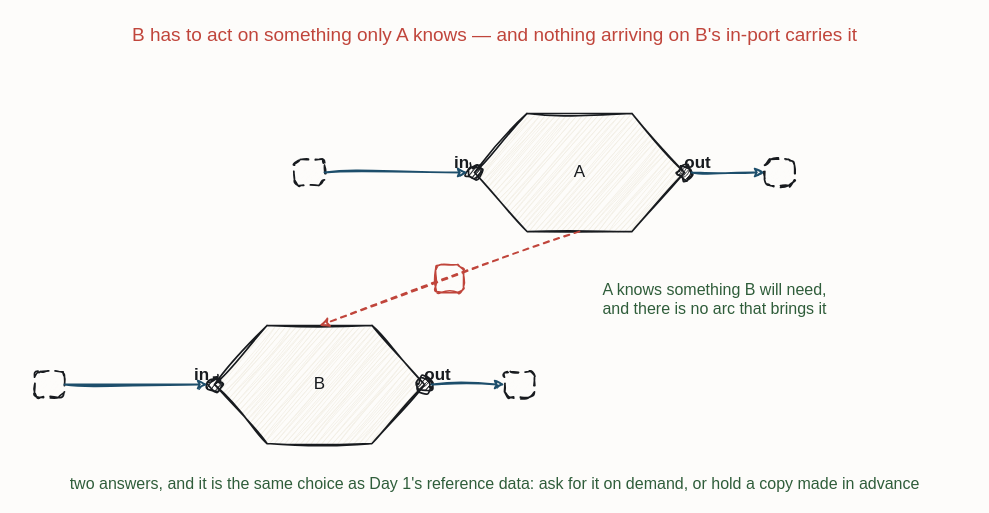
iancooper/practical-messaging keeps this draw.io diagram as resources/flow-lookup-question.drawio. Above is the earlier version. Source tidied: cells renumbered, new cells numbered last; positions are measured from the earlier drawing's top-left corner, leaving out a move shared by most shapes. Both pictures are drawn from the tidied source at 100%, with x=0, y=0 at pixel (34, 17).
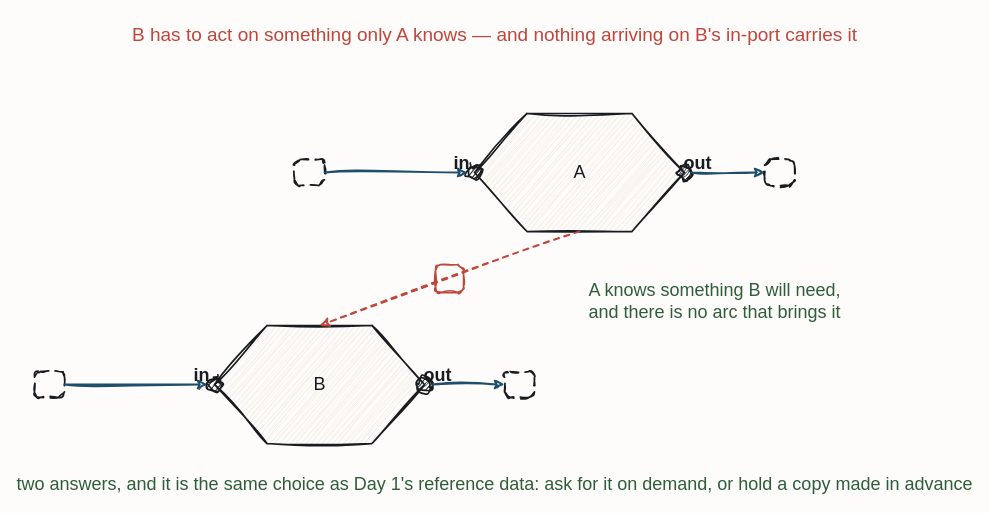
The same page after the edit.

The change refers to these unchanged cells:
```xml
<mxCell id="4" style="sketch=1;hachureGap=4;jiggle=2;curveFitting=1;fontFamily=Caveat;html=1;ellipse;verticalLabelPosition=bottom;verticalAlign=top;strokeColor=#181B1F;strokeWidth=1.7;fillColor=#181B1F;fontColor=#181B1F;fontSize=14;" parent="1" vertex="1">
  <mxGeometry x="433" y="148" width="14" height="14" as="geometry" />
</mxCell>
<mxCell id="6" style="sketch=1;hachureGap=4;jiggle=2;curveFitting=1;fontFamily=Caveat;html=1;ellipse;verticalLabelPosition=bottom;verticalAlign=top;strokeColor=#181B1F;strokeWidth=1.7;fillColor=#181B1F;fontColor=#181B1F;fontSize=14;" parent="1" vertex="1">
  <mxGeometry x="643" y="148" width="14" height="14" as="geometry" />
</mxCell>
<mxCell id="9" style="sketch=1;hachureGap=4;jiggle=2;curveFitting=1;fontFamily=Caveat;html=1;ellipse;verticalLabelPosition=bottom;verticalAlign=top;strokeColor=#181B1F;strokeWidth=1.7;fillColor=#181B1F;fontColor=#181B1F;fontSize=14;" parent="1" vertex="1">
  <mxGeometry x="173" y="360" width="14" height="14" as="geometry" />
</mxCell>
<mxCell id="11" style="sketch=1;hachureGap=4;jiggle=2;curveFitting=1;fontFamily=Caveat;html=1;ellipse;verticalLabelPosition=bottom;verticalAlign=top;strokeColor=#181B1F;strokeWidth=1.7;fillColor=#181B1F;fontColor=#181B1F;fontSize=14;" parent="1" vertex="1">
  <mxGeometry x="383" y="360" width="14" height="14" as="geometry" />
</mxCell>
<mxCell id="13" style="sketch=1;hachureGap=4;jiggle=2;curveFitting=1;fontFamily=Caveat;html=1;rounded=1;arcSize=22;dashed=1;dashPattern=5 4;strokeColor=#181B1F;strokeWidth=1.7;fillColor=#FDFCFA;fontColor=#181B1F;fontSize=13;" parent="1" vertex="1">
  <mxGeometry x="260" y="142" width="30" height="26" as="geometry" />
</mxCell>
<mxCell id="14" style="sketch=1;hachureGap=4;jiggle=2;curveFitting=1;fontFamily=Caveat;html=1;rounded=1;arcSize=22;dashed=1;dashPattern=5 4;strokeColor=#181B1F;strokeWidth=1.7;fillColor=#FDFCFA;fontColor=#181B1F;fontSize=13;" parent="1" vertex="1">
  <mxGeometry x="730" y="142" width="30" height="26" as="geometry" />
</mxCell>
<mxCell id="15" style="sketch=1;hachureGap=4;jiggle=2;curveFitting=1;fontFamily=Caveat;html=1;rounded=1;arcSize=22;dashed=1;dashPattern=5 4;strokeColor=#181B1F;strokeWidth=1.7;fillColor=#FDFCFA;fontColor=#181B1F;fontSize=13;" parent="1" vertex="1">
  <mxGeometry y="354" width="30" height="26" as="geometry" />
</mxCell>
<mxCell id="16" style="sketch=1;hachureGap=4;jiggle=2;curveFitting=1;fontFamily=Caveat;html=1;rounded=1;arcSize=22;dashed=1;dashPattern=5 4;strokeColor=#181B1F;strokeWidth=1.7;fillColor=#FDFCFA;fontColor=#181B1F;fontSize=13;" parent="1" vertex="1">
  <mxGeometry x="470" y="354" width="30" height="26" as="geometry" />
</mxCell>
```

The edit, as a diff of the source:
```diff
@@
-    <mxCell id="3" value="A" style="sketch=1;hachureGap=4;jiggle=2;curveFitting=1;fontFamily=Caveat;html=1;shape=hexagon;perimeter=hexagonPerimeter2;strokeColor=#181B1F;strokeWidth=1.7;fillColor=#F3EFE6;fontColor=#181B1F;fontSize=17;" parent="1" vertex="1">
+    <mxCell id="3" value="A" style="sketch=1;hachureGap=4;jiggle=2;curveFitting=1;fontFamily=Caveat;html=1;shape=hexagon;perimeter=hexagonPerimeter2;strokeColor=#181B1F;strokeWidth=1.7;fillColor=#F3EFE6;fontColor=#181B1F;fontSize=18;" parent="1" vertex="1">
       <mxGeometry x="440" y="96" width="210" height="118" as="geometry" />
     </mxCell>
@@
-    <mxCell id="5" value="in" style="text;html=1;align=center;fontFamily=Caveat;fontSize=17;fontColor=#181B1F;fontStyle=1;" parent="1" vertex="1">
+    <mxCell id="5" value="in" style="text;html=1;align=center;fontFamily=Caveat;fontSize=18;fontColor=#181B1F;fontStyle=1;" parent="1" vertex="1">
       <mxGeometry x="367" y="129" width="120" height="20" as="geometry" />
     </mxCell>
@@
-    <mxCell id="7" value="out" style="text;html=1;align=center;fontFamily=Caveat;fontSize=17;fontColor=#181B1F;fontStyle=1;" parent="1" vertex="1">
+    <mxCell id="7" value="out" style="text;html=1;align=center;fontFamily=Caveat;fontSize=18;fontColor=#181B1F;fontStyle=1;" parent="1" vertex="1">
       <mxGeometry x="603" y="129" width="120" height="20" as="geometry" />
     </mxCell>
-    <mxCell id="8" value="B" style="sketch=1;hachureGap=4;jiggle=2;curveFitting=1;fontFamily=Caveat;html=1;shape=hexagon;perimeter=hexagonPerimeter2;strokeColor=#181B1F;strokeWidth=1.7;fillColor=#F3EFE6;fontColor=#181B1F;fontSize=17;" parent="1" vertex="1">
+    <mxCell id="8" value="B" style="sketch=1;hachureGap=4;jiggle=2;curveFitting=1;fontFamily=Caveat;html=1;shape=hexagon;perimeter=hexagonPerimeter2;strokeColor=#181B1F;strokeWidth=1.7;fillColor=#F3EFE6;fontColor=#181B1F;fontSize=18;" parent="1" vertex="1">
       <mxGeometry x="180" y="308" width="210" height="118" as="geometry" />
     </mxCell>
@@
-    <mxCell id="10" value="in" style="text;html=1;align=center;fontFamily=Caveat;fontSize=17;fontColor=#181B1F;fontStyle=1;" parent="1" vertex="1">
+    <mxCell id="10" value="in" style="text;html=1;align=center;fontFamily=Caveat;fontSize=18;fontColor=#181B1F;fontStyle=1;" parent="1" vertex="1">
       <mxGeometry x="107" y="341" width="120" height="20" as="geometry" />
     </mxCell>
@@
-    <mxCell id="12" value="out" style="text;html=1;align=center;fontFamily=Caveat;fontSize=17;fontColor=#181B1F;fontStyle=1;" parent="1" vertex="1">
+    <mxCell id="12" value="out" style="text;html=1;align=center;fontFamily=Caveat;fontSize=18;fontColor=#181B1F;fontStyle=1;" parent="1" vertex="1">
       <mxGeometry x="343" y="341" width="120" height="20" as="geometry" />
     </mxCell>
@@
-    <mxCell id="18" value="A knows something B will need,&#10;and there is no arc that brings it" style="text;html=1;align=center;fontFamily=Caveat;fontSize=16;fontColor=#2F5D3A;" parent="1" vertex="1">
+    <mxCell id="18" value="A knows something B will need,&#10;and there is no arc that brings it" style="text;html=1;align=center;fontFamily=Caveat;fontSize=18;fontColor=#2F5D3A;" parent="1" vertex="1">
       <mxGeometry x="620" y="256" width="120" height="20" as="geometry" />
     </mxCell>
-    <mxCell id="19" value="two answers, and it is the same choice as Day 1's reference data: ask for it on demand, or hold a copy made in advance" style="text;html=1;align=center;fontFamily=Caveat;fontSize=16;fontColor=#2F5D3A;" parent="1" vertex="1">
+    <mxCell id="19" value="two answers, and it is the same choice as Day 1's reference data: ask for it on demand, or hold a copy made in advance" style="text;html=1;align=center;fontFamily=Caveat;fontSize=18;fontColor=#2F5D3A;" parent="1" vertex="1">
       <mxGeometry x="400" y="450" width="120" height="20" as="geometry" />
     </mxCell>
-    <mxCell id="20" style="sketch=1;jiggle=2;curveFitting=1;edgeStyle=none;rounded=0;strokeColor=#1D4E6B;strokeWidth=1.8;fontFamily=Caveat;fontSize=17;fontColor=#1D4E6B;html=1;exitX=1.0;exitY=0.5;exitDx=0;exitDy=0;entryX=0.0;entryY=0.5;entryDx=0;entryDy=0;" parent="1" edge="1" source="13" target="4">
+    <mxCell id="20" style="sketch=1;jiggle=2;curveFitting=1;edgeStyle=none;rounded=0;strokeColor=#1D4E6B;strokeWidth=1.8;fontFamily=Caveat;fontSize=18;fontColor=#1D4E6B;html=1;exitX=1.0;exitY=0.5;exitDx=0;exitDy=0;entryX=0.0;entryY=0.5;entryDx=0;entryDy=0;" parent="1" edge="1" source="13" target="4">
       <mxGeometry relative="1" as="geometry" />
     </mxCell>
-    <mxCell id="21" style="sketch=1;jiggle=2;curveFitting=1;edgeStyle=none;rounded=0;strokeColor=#1D4E6B;strokeWidth=1.8;fontFamily=Caveat;fontSize=17;fontColor=#1D4E6B;html=1;exitX=1.0;exitY=0.5;exitDx=0;exitDy=0;entryX=0.0;entryY=0.5;entryDx=0;entryDy=0;" parent="1" edge="1" source="6" target="14">
+    <mxCell id="21" style="sketch=1;jiggle=2;curveFitting=1;edgeStyle=none;rounded=0;strokeColor=#1D4E6B;strokeWidth=1.8;fontFamily=Caveat;fontSize=18;fontColor=#1D4E6B;html=1;exitX=1.0;exitY=0.5;exitDx=0;exitDy=0;entryX=0.0;entryY=0.5;entryDx=0;entryDy=0;" parent="1" edge="1" source="6" target="14">
       <mxGeometry relative="1" as="geometry" />
     </mxCell>
-    <mxCell id="22" style="sketch=1;jiggle=2;curveFitting=1;edgeStyle=none;rounded=0;strokeColor=#1D4E6B;strokeWidth=1.8;fontFamily=Caveat;fontSize=17;fontColor=#1D4E6B;html=1;exitX=1.0;exitY=0.5;exitDx=0;exitDy=0;entryX=0.0;entryY=0.5;entryDx=0;entryDy=0;" parent="1" edge="1" source="15" target="9">
+    <mxCell id="22" style="sketch=1;jiggle=2;curveFitting=1;edgeStyle=none;rounded=0;strokeColor=#1D4E6B;strokeWidth=1.8;fontFamily=Caveat;fontSize=18;fontColor=#1D4E6B;html=1;exitX=1.0;exitY=0.5;exitDx=0;exitDy=0;entryX=0.0;entryY=0.5;entryDx=0;entryDy=0;" parent="1" edge="1" source="15" target="9">
       <mxGeometry relative="1" as="geometry" />
     </mxCell>
-    <mxCell id="23" style="sketch=1;jiggle=2;curveFitting=1;edgeStyle=none;rounded=0;strokeColor=#1D4E6B;strokeWidth=1.8;fontFamily=Caveat;fontSize=17;fontColor=#1D4E6B;html=1;exitX=1.0;exitY=0.5;exitDx=0;exitDy=0;entryX=0.0;entryY=0.5;entryDx=0;entryDy=0;" parent="1" edge="1" source="11" target="16">
+    <mxCell id="23" style="sketch=1;jiggle=2;curveFitting=1;edgeStyle=none;rounded=0;strokeColor=#1D4E6B;strokeWidth=1.8;fontFamily=Caveat;fontSize=18;fontColor=#1D4E6B;html=1;exitX=1.0;exitY=0.5;exitDx=0;exitDy=0;entryX=0.0;entryY=0.5;entryDx=0;entryDy=0;" parent="1" edge="1" source="11" target="16">
       <mxGeometry relative="1" as="geometry" />
     </mxCell>
-    <mxCell id="24" style="sketch=1;jiggle=2;curveFitting=1;edgeStyle=none;rounded=0;strokeColor=#C0453B;strokeWidth=1.8;fontFamily=Caveat;fontSize=17;fontColor=#C0453B;html=1;dashed=1;exitX=0.5;exitY=1.0;exitDx=0;exitDy=0;entryX=0.5;entryY=0.0;entryDx=0;entryDy=0;" parent="1" edge="1" source="3" target="8">
+    <mxCell id="24" style="sketch=1;jiggle=2;curveFitting=1;edgeStyle=none;rounded=0;strokeColor=#C0453B;strokeWidth=1.8;fontFamily=Caveat;fontSize=18;fontColor=#C0453B;html=1;dashed=1;exitX=0.5;exitY=1.0;exitDx=0;exitDy=0;entryX=0.5;entryY=0.0;entryDx=0;entryDy=0;" parent="1" edge="1" source="3" target="8">
       <mxGeometry relative="1" as="geometry" />
     </mxCell>
```
